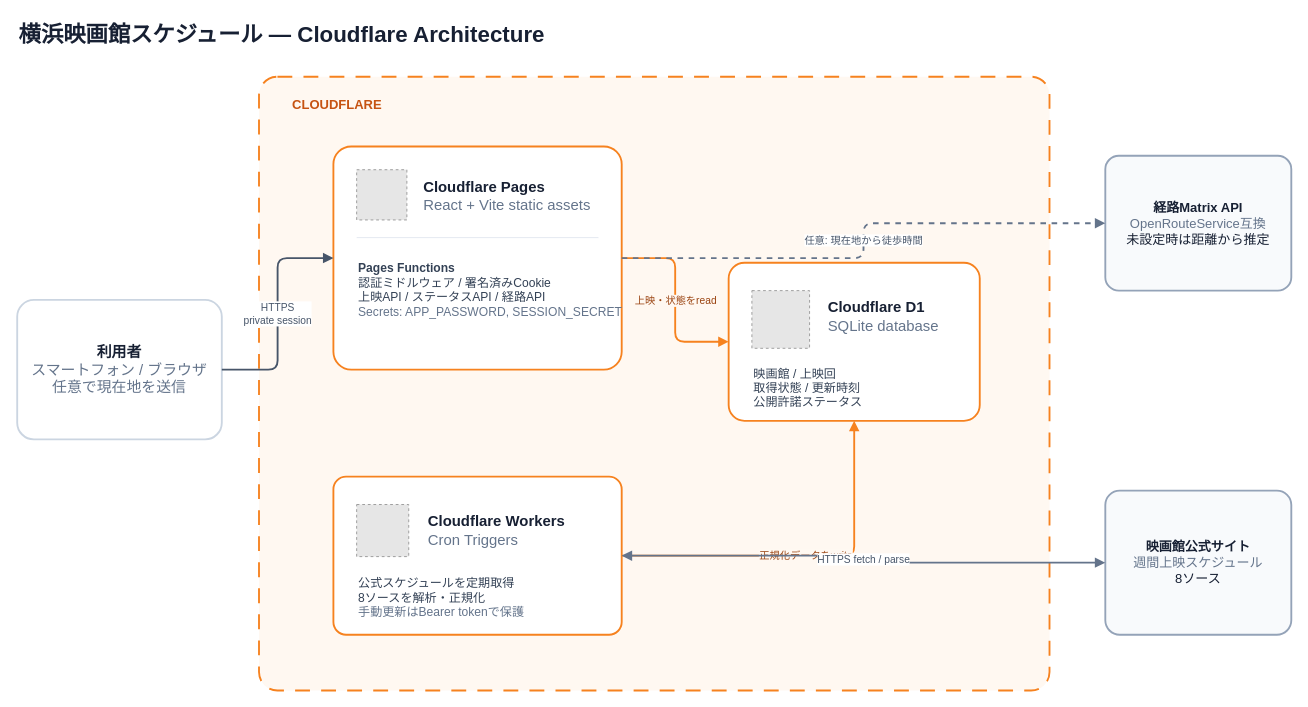
Before: docs/architecture/cloudflare-architecture.drawio in daylight55/yokohama-cinema-schedule, a draw.io diagram. Source tidied: cells renumbered, new cells numbered last; positions are measured from the earlier drawing's top-left corner, leaving out a move shared by most shapes. Both pictures are drawn from the tidied source at 93%, with x=0, y=0 at pixel (17, 16). Pictures stored in the file or linked from it are replaced by grey dashed boxes.
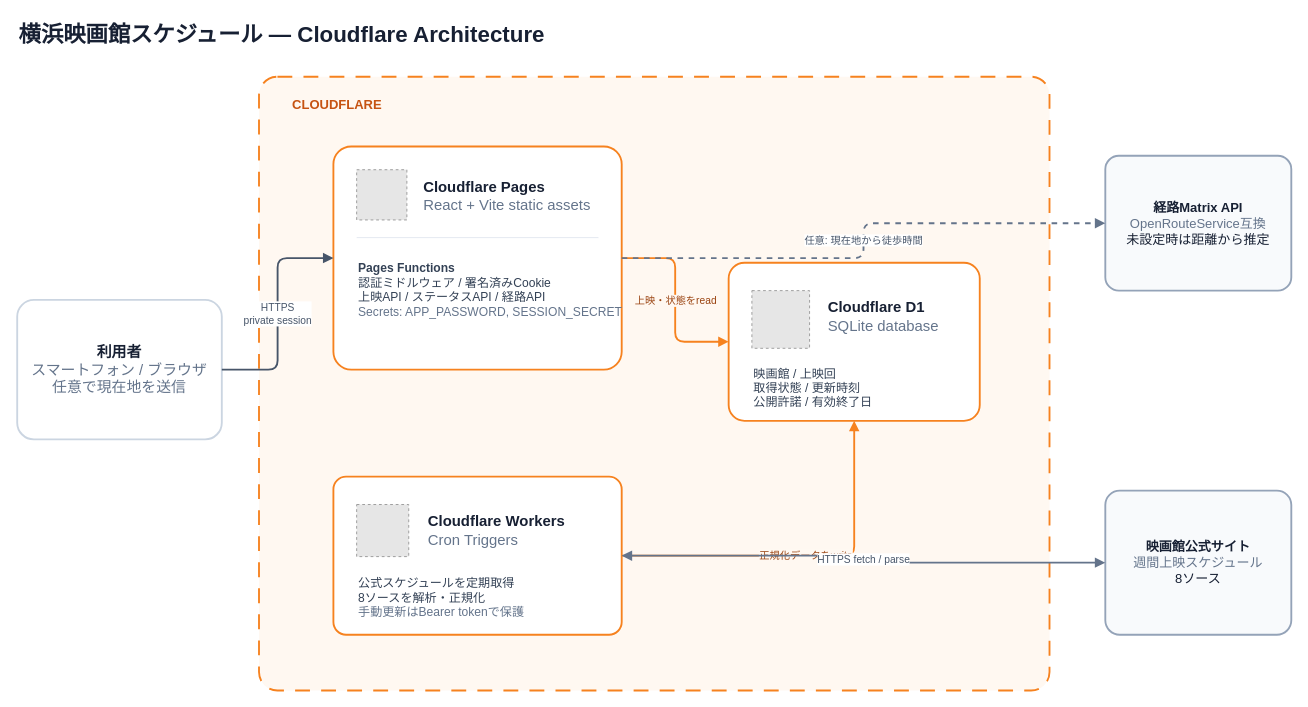
The same page after the edit.

What changed in the source:
```diff
@@
-    <mxCell id="14" value="映画館 / 上映回&lt;br&gt;取得状態 / 更新時刻&lt;br&gt;公開許諾ステータス" style="text;html=1;strokeColor=none;fillColor=none;align=left;verticalAlign=top;fontSize=13;fontColor=#334155;" parent="1" vertex="1">
+    <mxCell id="14" value="映画館 / 上映回&lt;br&gt;取得状態 / 更新時刻&lt;br&gt;公開許諾 / 有効終了日" style="text;html=1;strokeColor=none;fillColor=none;align=left;verticalAlign=top;fontSize=13;fontColor=#334155;" parent="1" vertex="1">
       <mxGeometry x="790" y="370" width="220" height="60" as="geometry" />
     </mxCell>
```
